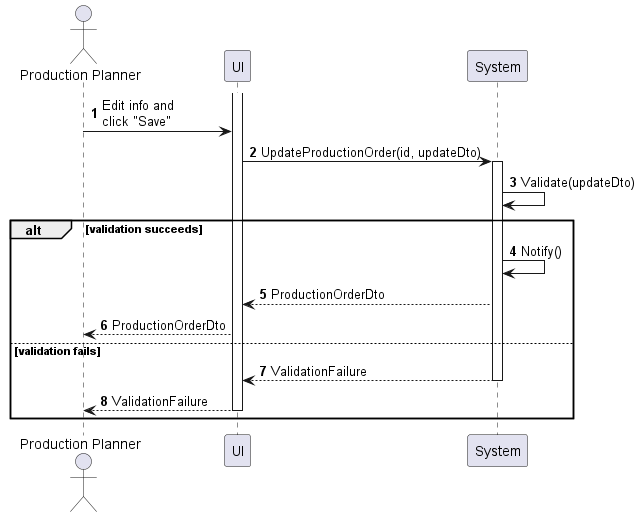
phihungha/scmss-reqs keeps this PlantUML diagram as sequences/production-order-update.png. Above is the earlier version.
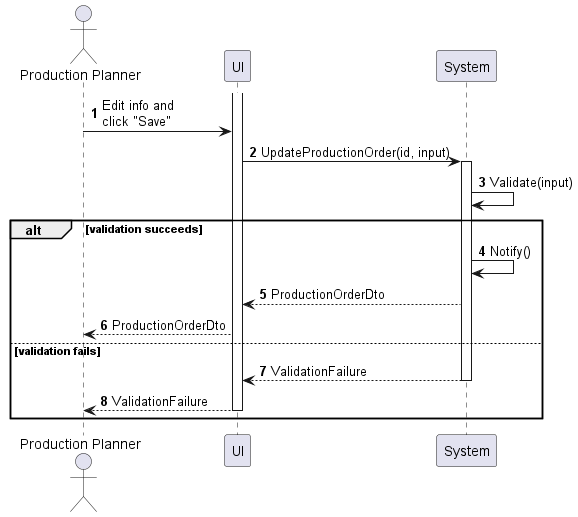
After the change.

Change to the diagram source:
```diff
@@ -7,9 +7,9 @@
 
 activate f
 a -> f : Edit info and\nclick "Save"
-f -> b : UpdateProductionOrder(id, updateDto)
+f -> b : UpdateProductionOrder(id, input)
 activate b
-b -> b : Validate(updateDto)
+b -> b : Validate(input)
 
 alt validation succeeds
     b -> b : Notify()
```
